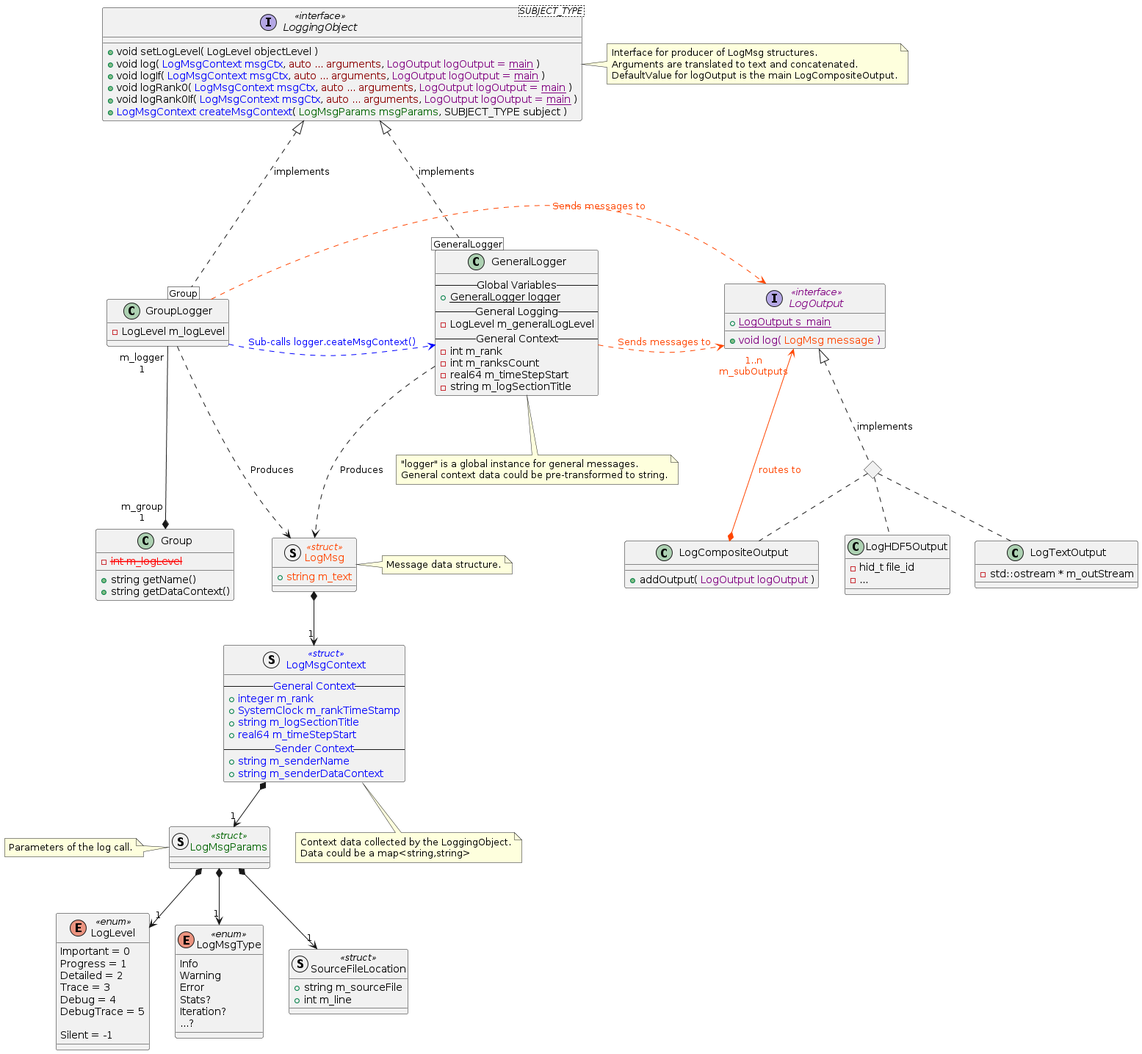
Above: out/src/coreComponents/common/Logger/Logger Class.png in GEOS-DEV/GEOS (PlantUML), before the change.
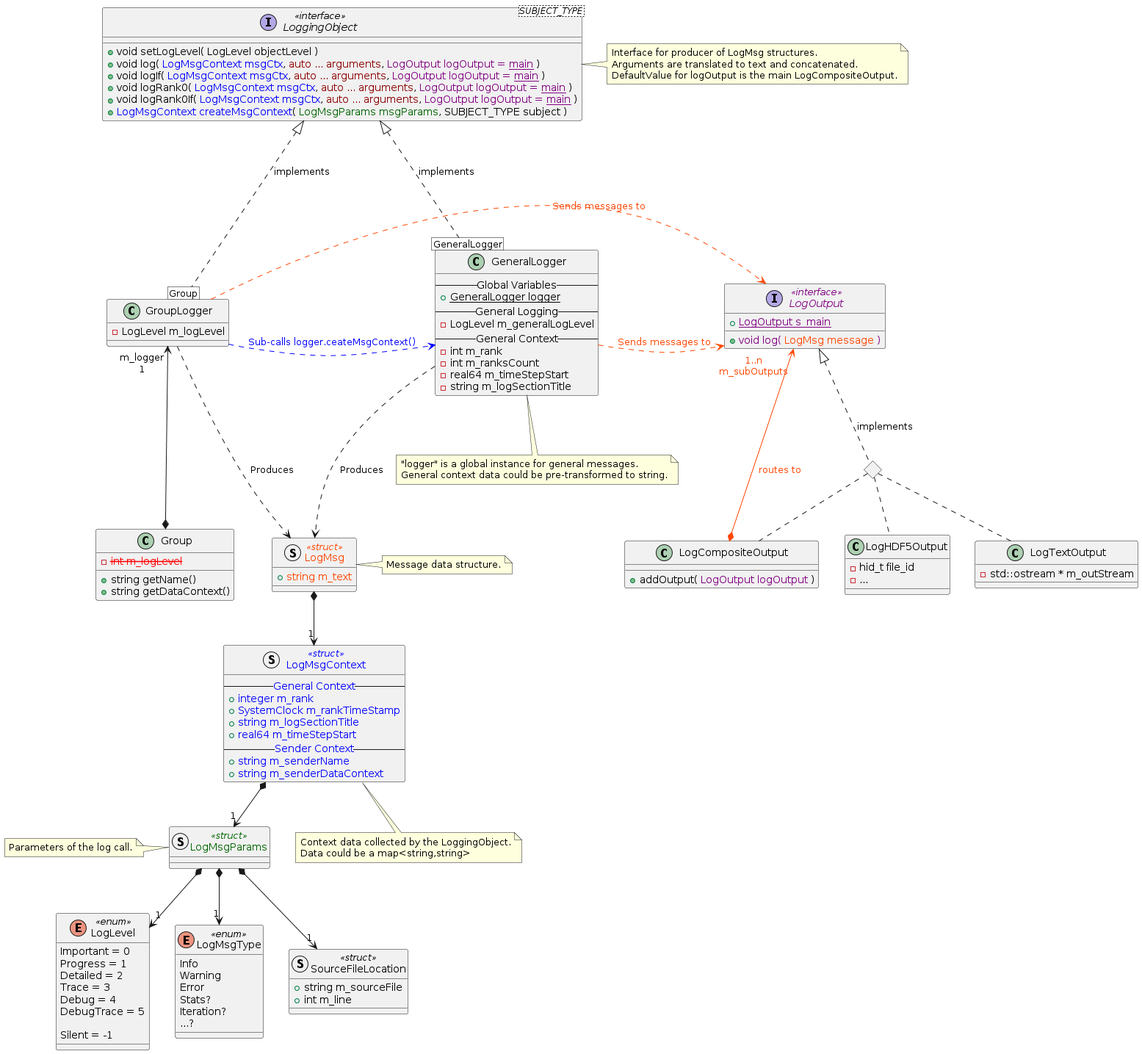
After the commit.

Commit message:
made a choice between templated LoggingObject interface & Group ref in GroupLogger

Change to the diagram source:
```diff
@@ -126,7 +126,7 @@
   - <color:Red><s>int m_logLevel</s></color>
 }
 GroupLogger [Group] .u..|> LoggingObject : implements
-Group "m_group\n1" *-u-- "m_logger\n1" GroupLogger
+Group *-u--> "m_logger\n1" GroupLogger
 
 GroupLogger ..r.> LogOutput #OrangeRed;text:OrangeRed : "Sends messages to"
 GroupLogger ..r.> GeneralLogger #Blue;text:Blue : "Sub-calls logger.ceateMsgContext()"
```
